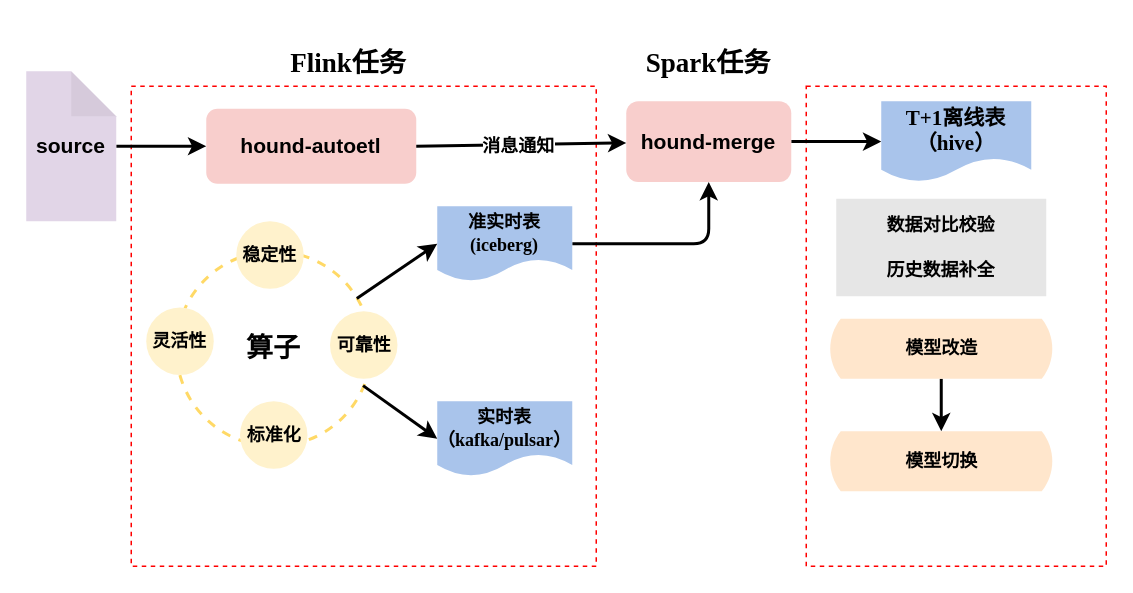
The draw.io diagram 算子设计.drawio in mineminemine123/work-wiki, before the edit. Source tidied: cells renumbered, new cells numbered last; positions are measured from the earlier drawing's top-left corner, leaving out a move shared by most shapes. Both pictures are drawn from the tidied source at 150%, with x=0, y=0 at pixel (26, 40).
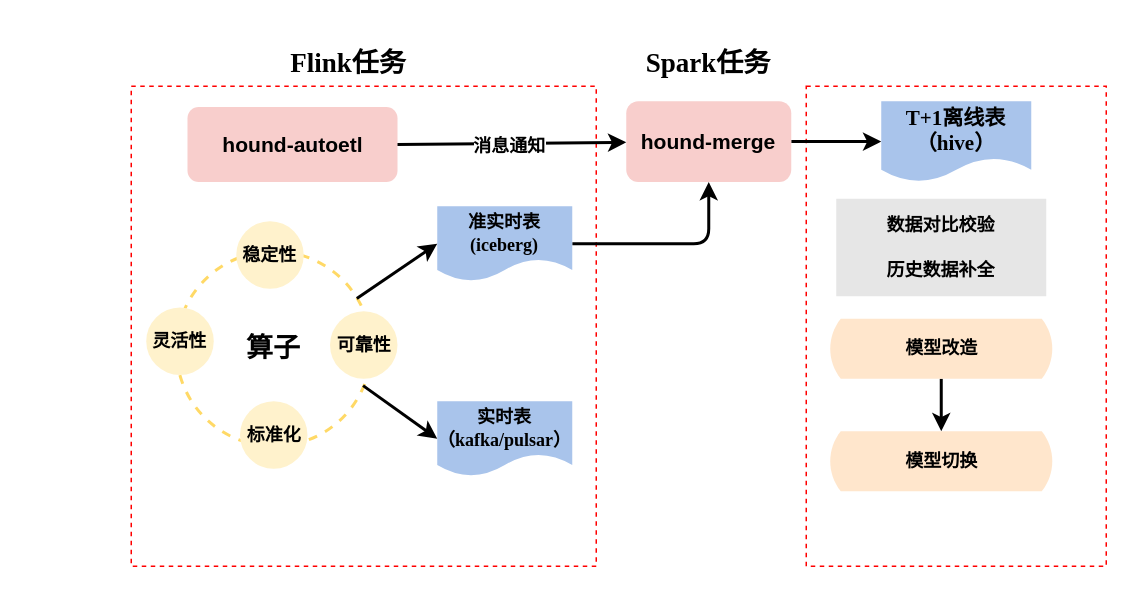
After the change.

Commit message:
更新算子设计.drawio

What changed in the source:
```diff
@@
-    <mxCell id="5" style="edgeStyle=orthogonalEdgeStyle;rounded=0;jettySize=auto;html=1;entryX=0;entryY=0.5;entryDx=0;entryDy=0;strokeWidth=2;" parent="1" edge="1" source="6" target="7">
-      <mxGeometry relative="1" as="geometry" />
-    </mxCell>
-    <mxCell id="6" value="&lt;h3&gt;source&lt;/h3&gt;" style="shape=note;whiteSpace=wrap;html=1;backgroundOutline=1;darkOpacity=0.05;fillColor=#e1d5e7;strokeColor=none;" parent="1" vertex="1">
-      <mxGeometry y="20" width="60" height="100" as="geometry" />
-    </mxCell>
     <mxCell id="7" value="&lt;h3&gt;hound-autoetl&lt;/h3&gt;" style="rounded=1;whiteSpace=wrap;html=1;strokeColor=none;fillColor=#f8cecc;" parent="1" vertex="1">
-      <mxGeometry x="120" y="45" width="140" height="50" as="geometry" />
+      <mxGeometry x="107.5" y="43.8" width="140" height="50" as="geometry" />
     </mxCell>
```
